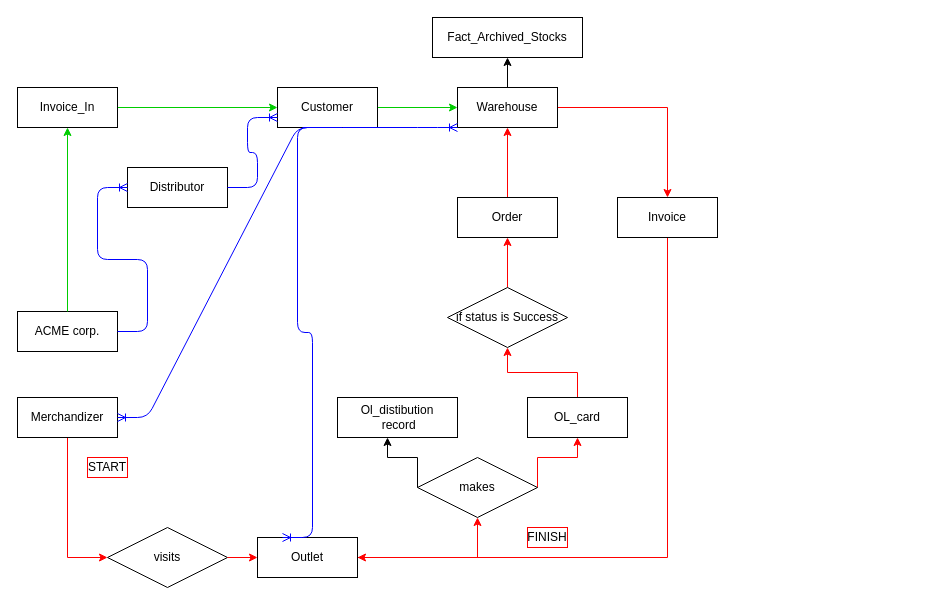
This is Business process.drawio from Emma664/World-population, a draw.io file, before an edit. Source tidied: cells renumbered, new cells numbered last; positions are measured from the earlier drawing's top-left corner, leaving out a move shared by most shapes. Both pictures are drawn from the tidied source at 100%, with x=0, y=0 at pixel (17, 17).
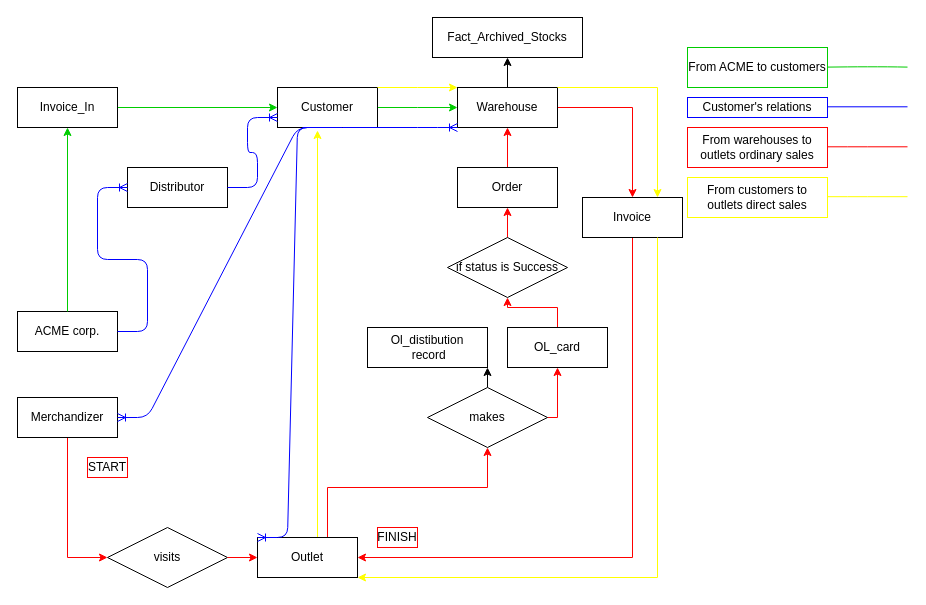
After the change.

Unchanged cells that the change refers to:
```xml
<mxCell id="10" value="Warehouse" style="whiteSpace=wrap;html=1;align=center;" parent="1" vertex="1">
  <mxGeometry x="440" y="70" width="100" height="40" as="geometry" />
</mxCell>
<mxCell id="23" value="Customer" style="whiteSpace=wrap;html=1;align=center;" parent="1" vertex="1">
  <mxGeometry x="260" y="70" width="100" height="40" as="geometry" />
</mxCell>
<mxCell id="25" value="Outlet" style="whiteSpace=wrap;html=1;align=center;" parent="1" vertex="1">
  <mxGeometry x="240" y="520" width="100" height="40" as="geometry" />
</mxCell>
```

What changed in the source:
```diff
@@
     <mxCell id="5" value="OL_card" style="whiteSpace=wrap;html=1;align=center;" parent="1" vertex="1">
-      <mxGeometry x="510" y="380" width="100" height="40" as="geometry" />
+      <mxGeometry x="490" y="310" width="100" height="40" as="geometry" />
     </mxCell>
@@
     <mxCell id="7" value="Order" style="whiteSpace=wrap;html=1;align=center;" parent="1" vertex="1">
-      <mxGeometry x="440" y="180" width="100" height="40" as="geometry" />
+      <mxGeometry x="440" y="150" width="100" height="40" as="geometry" />
     </mxCell>
@@
-    <mxCell id="11" style="edgeStyle=orthogonalEdgeStyle;rounded=0;jettySize=auto;html=1;strokeColor=#FF0000;entryX=0.5;entryY=1;entryDx=0;entryDy=0;" parent="1" edge="1" source="25" target="18">
-      <mxGeometry relative="1" as="geometry" />
-    </mxCell>
@@
     <mxCell id="14" value="if status is Success" style="shape=rhombus;perimeter=rhombusPerimeter;whiteSpace=wrap;html=1;align=center;" parent="1" vertex="1">
-      <mxGeometry x="430" y="270" width="120" height="60" as="geometry" />
+      <mxGeometry x="430" y="220" width="120" height="60" as="geometry" />
     </mxCell>
     <mxCell id="15" value="Ol_distibution&lt;br&gt;&amp;nbsp;record" style="whiteSpace=wrap;html=1;" parent="1" vertex="1">
-      <mxGeometry x="320" y="380" width="120" height="40" as="geometry" />
+      <mxGeometry x="350" y="310" width="120" height="40" as="geometry" />
     </mxCell>
-    <mxCell id="16" style="edgeStyle=orthogonalEdgeStyle;rounded=0;jettySize=auto;html=1;strokeColor=#000000;exitX=0;exitY=0.5;exitDx=0;exitDy=0;" parent="1" edge="1" source="18">
-      <mxGeometry relative="1" as="geometry">
-        <mxPoint x="370" y="420" as="targetPoint" />
-        <Array as="points">
-          <mxPoint x="400" y="440" />
-          <mxPoint x="370" y="440" />
-        </Array>
-      </mxGeometry>
-    </mxCell>
-    <mxCell id="17" style="edgeStyle=orthogonalEdgeStyle;rounded=0;jettySize=auto;html=1;strokeColor=#FF0000;entryX=0.5;entryY=1;entryDx=0;entryDy=0;exitX=1;exitY=0.5;exitDx=0;exitDy=0;" parent="1" edge="1" source="18" target="5">
+    <mxCell id="17" style="edgeStyle=orthogonalEdgeStyle;rounded=0;jettySize=auto;html=1;entryX=0.5;entryY=1;entryDx=0;entryDy=0;strokeColor=#FF0000;" parent="1" edge="1" source="18" target="5">
       <mxGeometry relative="1" as="geometry">
         <Array as="points">
-          <mxPoint x="520" y="440" />
-          <mxPoint x="560" y="440" />
+          <mxPoint x="470" y="400" />
+          <mxPoint x="540" y="400" />
         </Array>
       </mxGeometry>
     </mxCell>
+    <mxCell id="38" style="edgeStyle=orthogonalEdgeStyle;rounded=0;jettySize=auto;html=1;strokeColor=#000000;" parent="1" edge="1" source="18" target="15">
+      <mxGeometry relative="1" as="geometry">
+        <Array as="points">
+          <mxPoint x="410" y="390" />
+        </Array>
+      </mxGeometry>
+    </mxCell>
     <mxCell id="18" value="makes" style="shape=rhombus;perimeter=rhombusPerimeter;whiteSpace=wrap;html=1;align=center;" parent="1" vertex="1">
-      <mxGeometry x="400" y="440" width="120" height="60" as="geometry" />
+      <mxGeometry x="410" y="370" width="120" height="60" as="geometry" />
     </mxCell>
     <mxCell id="19" style="edgeStyle=orthogonalEdgeStyle;rounded=0;jettySize=auto;html=1;entryX=1;entryY=0.5;entryDx=0;entryDy=0;strokeColor=#FF0000;" parent="1" edge="1" source="20" target="25">
       <mxGeometry relative="1" as="geometry">
         <Array as="points">
-          <mxPoint x="650" y="540" />
+          <mxPoint x="615" y="540" />
         </Array>
       </mxGeometry>
     </mxCell>
     <mxCell id="20" value="Invoice" style="whiteSpace=wrap;html=1;align=center;" parent="1" vertex="1">
-      <mxGeometry x="600" y="180" width="100" height="40" as="geometry" />
+      <mxGeometry x="565" y="180" width="100" height="40" as="geometry" />
     </mxCell>
@@
     <mxCell id="22" style="edgeStyle=orthogonalEdgeStyle;rounded=0;jettySize=auto;html=1;strokeColor=#00CC00;exitX=1;exitY=0.5;exitDx=0;exitDy=0;" parent="1" edge="1" source="23" target="10">
-      <mxGeometry relative="1" as="geometry" />
+      <mxGeometry relative="1" as="geometry">
+        <Array as="points">
+          <mxPoint x="400" y="90" />
+          <mxPoint x="400" y="90" />
+        </Array>
+      </mxGeometry>
     </mxCell>
@@
+    <mxCell id="11" style="edgeStyle=orthogonalEdgeStyle;rounded=0;jettySize=auto;html=1;entryX=0.5;entryY=1;entryDx=0;entryDy=0;strokeColor=#FF0000;" parent="1" edge="1" source="25" target="18">
+      <mxGeometry relative="1" as="geometry">
+        <Array as="points">
+          <mxPoint x="310" y="470" />
+          <mxPoint x="470" y="470" />
+        </Array>
+      </mxGeometry>
+    </mxCell>
+    <mxCell id="39" style="edgeStyle=orthogonalEdgeStyle;rounded=0;jettySize=auto;html=1;strokeColor=#FFFF00;exitX=0.5;exitY=0;exitDx=0;exitDy=0;" parent="1" edge="1" source="25">
+      <mxGeometry relative="1" as="geometry">
+        <mxPoint x="300" y="113" as="targetPoint" />
+        <Array as="points">
+          <mxPoint x="300" y="520" />
+          <mxPoint x="300" y="113" />
+        </Array>
+      </mxGeometry>
+    </mxCell>
@@
     <mxCell id="31" value="FINISH" style="text;html=1;strokeColor=#FF0000;fillColor=none;align=center;verticalAlign=middle;whiteSpace=wrap;rounded=0;" parent="1" vertex="1">
-      <mxGeometry x="510" y="510" width="40" height="20" as="geometry" />
+      <mxGeometry x="360" y="510" width="40" height="20" as="geometry" />
     </mxCell>
@@
-    <mxCell id="35" style="edgeStyle=entityRelationEdgeStyle;fontSize=12;html=1;endArrow=ERoneToMany;strokeColor=#0000FF;entryX=0.25;entryY=0;entryDx=0;entryDy=0;exitX=0.5;exitY=1;exitDx=0;exitDy=0;" parent="1" edge="1" source="23" target="25">
+    <mxCell id="35" style="edgeStyle=entityRelationEdgeStyle;fontSize=12;html=1;endArrow=ERoneToMany;strokeColor=#0000FF;entryX=0;entryY=0;entryDx=0;entryDy=0;exitX=0.5;exitY=1;exitDx=0;exitDy=0;" parent="1" edge="1" source="23" target="25">
       <mxGeometry relative="1" as="geometry" />
     </mxCell>
@@
+    <mxCell id="40" value="From ACME to customers" style="text;html=1;strokeColor=#00CC00;fillColor=none;align=center;verticalAlign=middle;whiteSpace=wrap;rounded=0;" parent="1" vertex="1">
+      <mxGeometry x="670" y="30" width="140" height="40" as="geometry" />
+    </mxCell>
+    <mxCell id="41" value="Customer's relations" style="text;html=1;strokeColor=#0000FF;fillColor=none;align=center;verticalAlign=middle;whiteSpace=wrap;rounded=0;" parent="1" vertex="1">
+      <mxGeometry x="670" y="80" width="140" height="20" as="geometry" />
+    </mxCell>
+    <mxCell id="42" value="From warehouses to outlets ordinary sales" style="text;html=1;strokeColor=#FF0000;fillColor=none;align=center;verticalAlign=middle;whiteSpace=wrap;rounded=0;" parent="1" vertex="1">
+      <mxGeometry x="670" y="110" width="140" height="40" as="geometry" />
+    </mxCell>
+    <mxCell id="43" style="endArrow=none;html=1;strokeColor=#00CC00;" parent="1" edge="1">
+      <mxGeometry relative="1" as="geometry">
+        <mxPoint x="810" y="49.6" as="sourcePoint" />
+        <mxPoint x="890" y="49.6" as="targetPoint" />
+        <Array as="points">
+          <mxPoint x="840" y="49.3" />
+          <mxPoint x="870" y="49.3" />
+        </Array>
+      </mxGeometry>
+    </mxCell>
+    <mxCell id="44" style="endArrow=none;html=1;strokeColor=#0000FF;" parent="1" edge="1">
+      <mxGeometry relative="1" as="geometry">
+        <mxPoint x="810" y="89.3" as="sourcePoint" />
+        <mxPoint x="890" y="89.3" as="targetPoint" />
+      </mxGeometry>
+    </mxCell>
+    <mxCell id="45" style="endArrow=none;html=1;strokeColor=#FF0000;" parent="1" edge="1">
+      <mxGeometry relative="1" as="geometry">
+        <mxPoint x="810" y="129.3" as="sourcePoint" />
+        <mxPoint x="890" y="129.3" as="targetPoint" />
+        <Array as="points">
+          <mxPoint x="840" y="129.3" />
+        </Array>
+      </mxGeometry>
+    </mxCell>
+    <mxCell id="46" value="From customers to outlets direct sales" style="text;html=1;strokeColor=#FFFF00;fillColor=none;align=center;verticalAlign=middle;whiteSpace=wrap;rounded=0;" parent="1" vertex="1">
+      <mxGeometry x="670" y="160" width="140" height="40" as="geometry" />
+    </mxCell>
+    <mxCell id="47" style="endArrow=none;html=1;strokeColor=#FFFF00;" parent="1" edge="1">
+      <mxGeometry relative="1" as="geometry">
+        <mxPoint x="810" y="179.2" as="sourcePoint" />
+        <mxPoint x="890" y="179.2" as="targetPoint" />
+        <Array as="points">
+          <mxPoint x="840" y="179.2" />
+        </Array>
+      </mxGeometry>
+    </mxCell>
+    <mxCell id="48" style="edgeStyle=orthogonalEdgeStyle;rounded=0;jettySize=auto;html=1;strokeColor=#FFFF00;exitX=1;exitY=0;exitDx=0;exitDy=0;entryX=0;entryY=0;entryDx=0;entryDy=0;" parent="1" edge="1" source="23" target="10">
+      <mxGeometry relative="1" as="geometry">
+        <Array as="points">
+          <mxPoint x="400" y="70" />
+          <mxPoint x="400" y="70" />
+        </Array>
+      </mxGeometry>
+    </mxCell>
+    <mxCell id="49" style="edgeStyle=orthogonalEdgeStyle;rounded=0;jettySize=auto;html=1;strokeColor=#FFFF00;exitX=1;exitY=0;exitDx=0;exitDy=0;entryX=0.75;entryY=0;entryDx=0;entryDy=0;" parent="1" edge="1" source="10" target="20">
+      <mxGeometry relative="1" as="geometry">
+        <Array as="points">
+          <mxPoint x="640" y="70" />
+        </Array>
+      </mxGeometry>
+    </mxCell>
+    <mxCell id="50" style="edgeStyle=orthogonalEdgeStyle;rounded=0;jettySize=auto;html=1;strokeColor=#FFFF00;exitX=0.75;exitY=1;exitDx=0;exitDy=0;entryX=1;entryY=1;entryDx=0;entryDy=0;" parent="1" edge="1" source="20" target="25">
+      <mxGeometry relative="1" as="geometry">
+        <Array as="points">
+          <mxPoint x="640" y="560" />
+        </Array>
+      </mxGeometry>
+    </mxCell>
```
